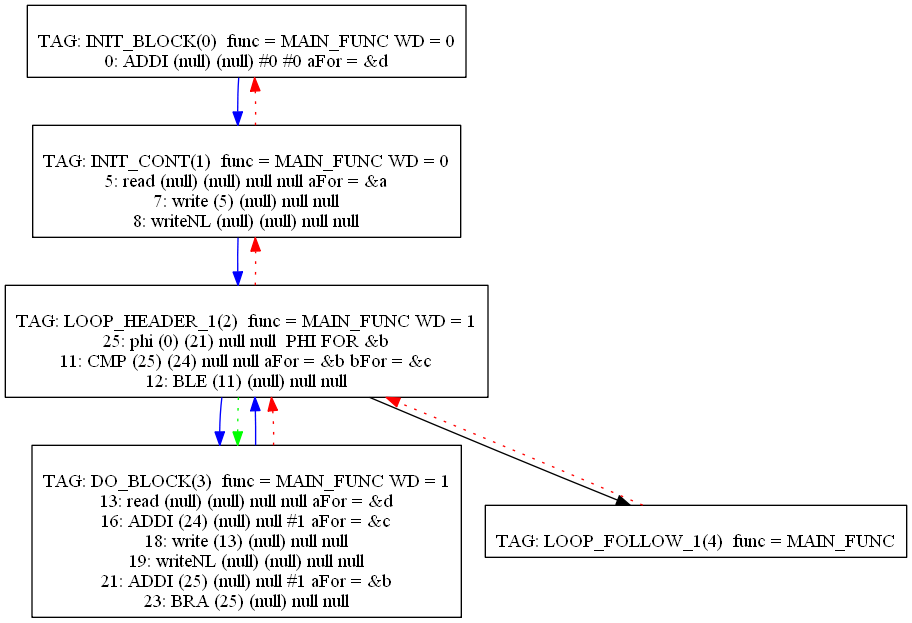
The Graphviz diagram Compiler/31graph.png in mbajaj92/Project-Astoria, before a commit. Its source is kept beside it as Compiler/31graph.dot.
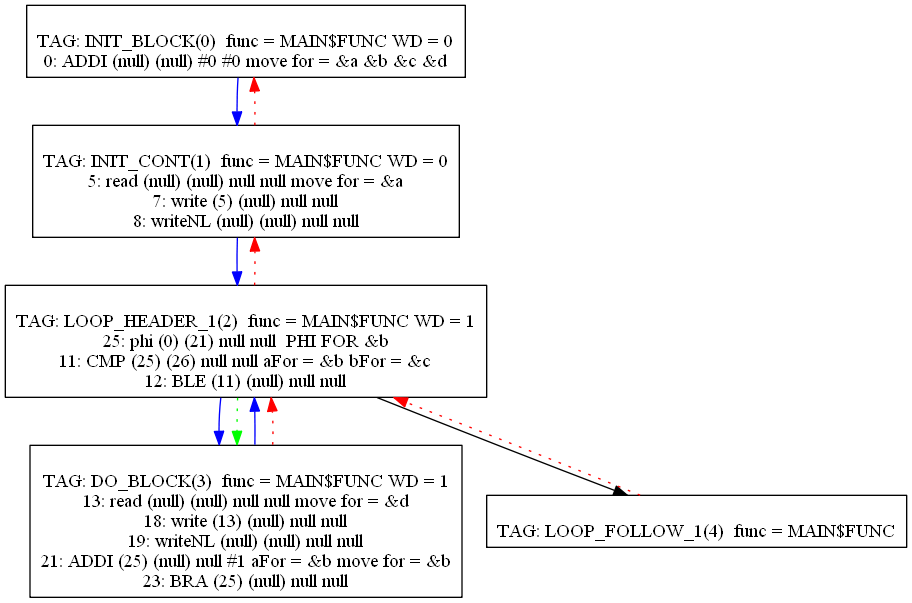
The same file after the commit.

What changed in the source:
```diff
@@ -1,13 +1,13 @@
 digraph {
 0[label="
-TAG: INIT_BLOCK(0)  func = MAIN_FUNC WD = 0
-0: ADDI (null) (null) #0 #0 aFor = &d
+TAG: INIT_BLOCK(0)  func = MAIN$FUNC WD = 0
+0: ADDI (null) (null) #0 #0 move for = &a &b &c &d
 "];
 0[shape=box];
 0 -> 1[color=blue]
 1[label="
-TAG: INIT_CONT(1)  func = MAIN_FUNC WD = 0
-5: read (null) (null) null null aFor = &a
+TAG: INIT_CONT(1)  func = MAIN$FUNC WD = 0
+5: read (null) (null) null null move for = &a
 7: write (5) (null) null null
 8: writeNL (null) (null) null null
 "];
@@ -15,9 +15,9 @@
 1 -> 2[color=blue]
 1 -> 0[color=red][style=dotted]
 2[label="
-TAG: LOOP_HEADER_1(2)  func = MAIN_FUNC WD = 1
+TAG: LOOP_HEADER_1(2)  func = MAIN$FUNC WD = 1
 25: phi (0) (21) null null  PHI FOR &b
-11: CMP (25) (24) null null aFor = &b bFor = &c
+11: CMP (25) (26) null null aFor = &b bFor = &c
 12: BLE (11) (null) null null
 "];
 2[shape=box];
@@ -26,19 +26,18 @@
 2 -> 1[color=red][style=dotted]
 2 -> 3[color=green][style=dotted]
 3[label="
-TAG: DO_BLOCK(3)  func = MAIN_FUNC WD = 1
-13: read (null) (null) null null aFor = &d
-16: ADDI (24) (null) null #1 aFor = &c
+TAG: DO_BLOCK(3)  func = MAIN$FUNC WD = 1
+13: read (null) (null) null null move for = &d
 18: write (13) (null) null null
 19: writeNL (null) (null) null null
-21: ADDI (25) (null) null #1 aFor = &b
+21: ADDI (25) (null) null #1 aFor = &b move for = &b
 23: BRA (25) (null) null null
 "];
 3[shape=box];
 3 -> 2[color=blue]
 3 -> 2[color=red][style=dotted]
 4[label="
-TAG: LOOP_FOLLOW_1(4)  func = MAIN_FUNC
+TAG: LOOP_FOLLOW_1(4)  func = MAIN$FUNC
 "];
 4[shape=box];
 4 -> 2[color=red][style=dotted]
```
